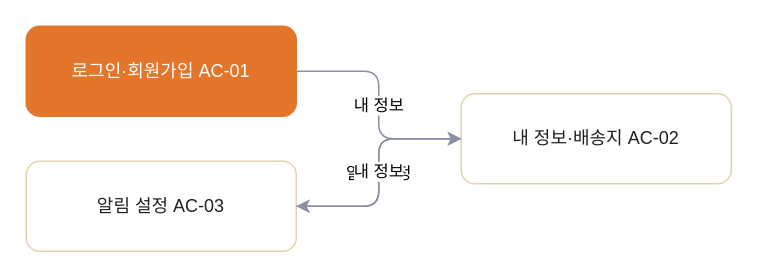
Before: page "AC 계정" (6 of 10) of 판매용_템플릿/_판매팩/공동구매_스탠다드/05_FLOW_흐름도.drawio in hyunplanb-cyber/ia-generation-platform, a draw.io diagram. Source tidied: cells renumbered, new cells numbered last; positions are measured from the earlier drawing's top-left corner, leaving out a move shared by most shapes. Both pictures are drawn from the tidied source at 150%, with x=0, y=0 at pixel (26, 26).
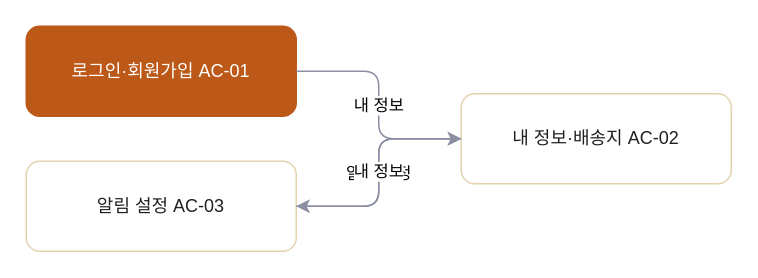
After the change.

The edit, as a diff of the source:
```diff
@@
 <mxGraphModel>
   <root>
     <mxCell id="0" />
     <mxCell id="1" parent="0" />
-    <mxCell id="2" value="로그인·회원가입 AC-01" style="rounded=1;whiteSpace=wrap;html=1;fillColor=#E4762C;strokeColor=#E4762C;fontColor=#FFFFFF;" parent="1" vertex="1">
+    <mxCell id="2" value="로그인·회원가입 AC-01" style="rounded=1;whiteSpace=wrap;html=1;fillColor=#BC5918;strokeColor=#BC5918;fontColor=#FFFFFF;" parent="1" vertex="1">
       <mxGeometry width="180" height="60" as="geometry" />
     </mxCell>
     <mxCell id="3" value="내 정보·배송지 AC-02" style="rounded=1;whiteSpace=wrap;html=1;fillColor=#FFFFFF;strokeColor=#E2D3AE;fontColor=#1F2024;" parent="1" vertex="1">
       <mxGeometry x="290" y="45" width="180" height="60" as="geometry" />
     </mxCell>
     <mxCell id="4" value="알림 설정 AC-03" style="rounded=1;whiteSpace=wrap;html=1;fillColor=#FFFFFF;strokeColor=#E2D3AE;fontColor=#1F2024;" parent="1" vertex="1">
       <mxGeometry y="90" width="180" height="60" as="geometry" />
     </mxCell>
     <mxCell id="5" value="내 정보" style="edgeStyle=orthogonalEdgeStyle;rounded=1;html=1;strokeColor=#8B8FA3;" parent="1" edge="1" source="2" target="3">
       <mxGeometry relative="1" as="geometry" />
     </mxCell>
     <mxCell id="6" value="알림 설정" style="edgeStyle=orthogonalEdgeStyle;rounded=1;html=1;strokeColor=#8B8FA3;" parent="1" edge="1" source="3" target="4">
       <mxGeometry relative="1" as="geometry" />
     </mxCell>
     <mxCell id="7" value="내 정보" style="edgeStyle=orthogonalEdgeStyle;rounded=1;html=1;strokeColor=#8B8FA3;" parent="1" edge="1" source="4" target="3">
       <mxGeometry relative="1" as="geometry" />
     </mxCell>
   </root>
 </mxGraphModel>
```
